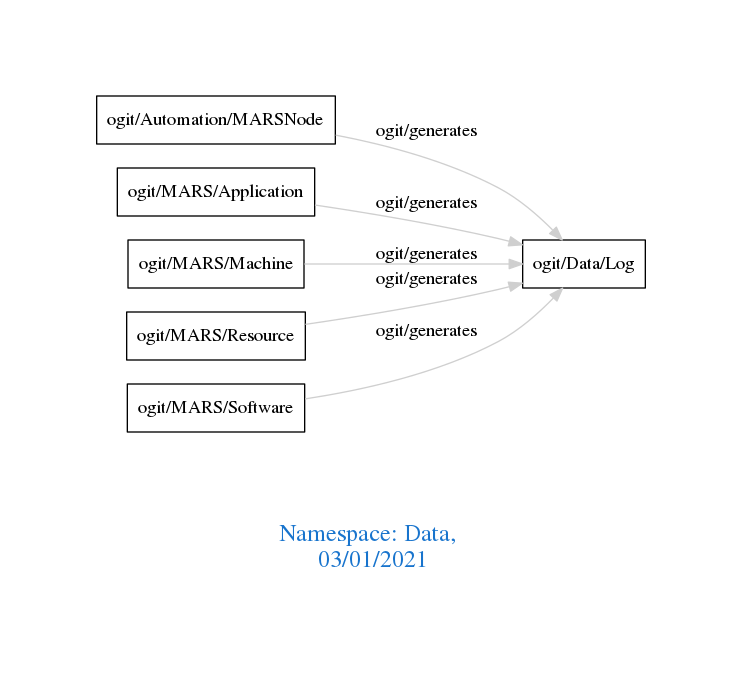
Earlier version of the Graphviz export downloads/Data.png (arago/OGIT). Its source is kept beside it as downloads/Data.dot.
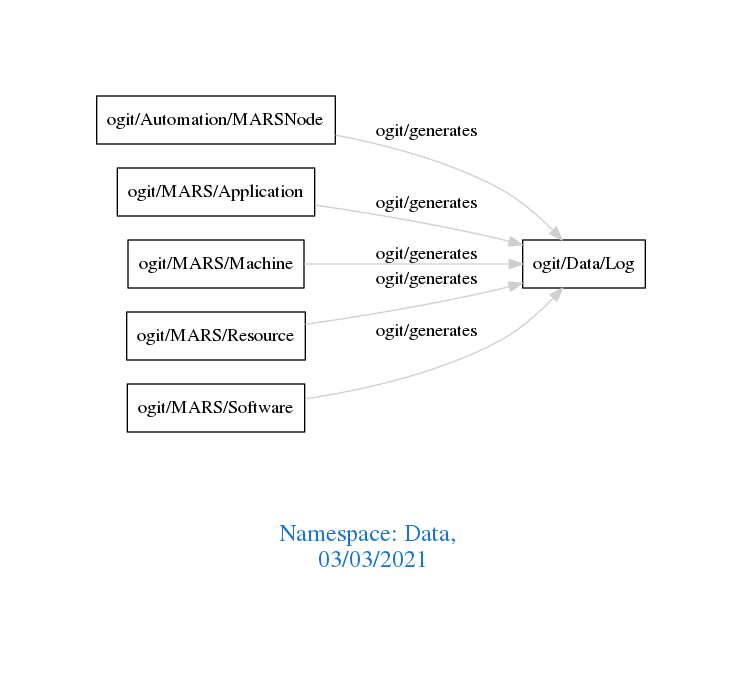
After the commit.

Change to the diagram source:
```diff
@@ -1,7 +1,7 @@
 digraph OGIT_ontology {
  graph [ rankdir= LR,pad=1
 fontsize = 18,
-fontcolor= dodgerblue3,label = "\n\n\nNamespace: Data, \n 03/01/2021"];
+fontcolor= dodgerblue3,label = "\n\n\nNamespace: Data, \n 03/03/2021"];
 node[shape=polygon];
 edge [  color="gray81"];
 
```
